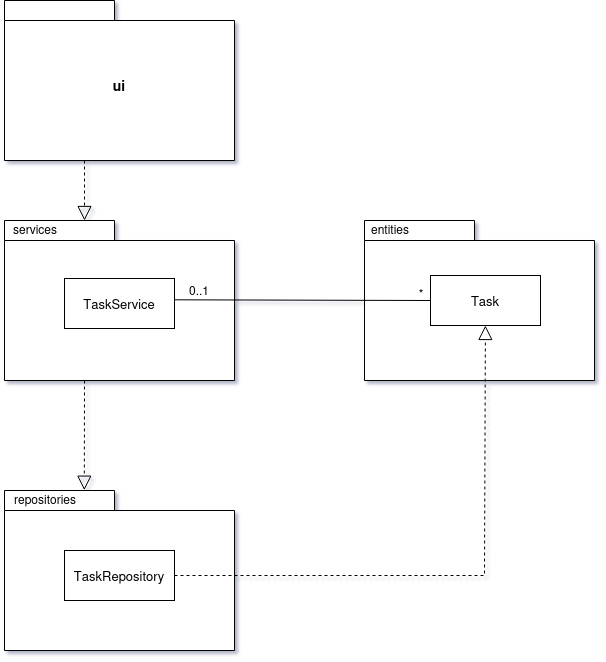
Earlier version of the draw.io export dokumentaatio/kuvat/pakkauskaavio_arkkitehtuuri.png (eesalor/ot-harjoitustyo). Source tidied: cells renumbered, new cells last; positions are measured from the earlier drawing's top-left corner, leaving out a move shared by most shapes.
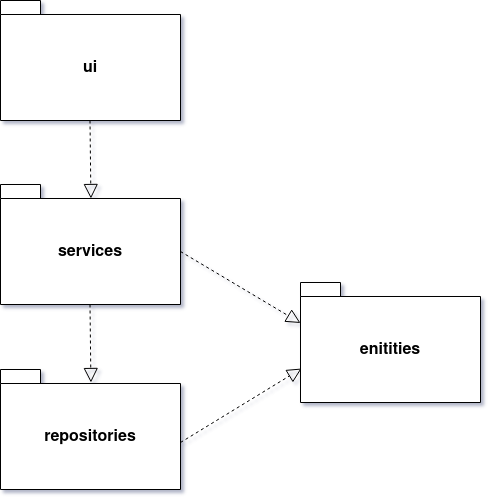
Above is the later version.

Commit message:
Fix package diagrams' names

What changed in the source:
```diff
@@ -2,62 +2,37 @@
   <root>
     <mxCell id="0" />
     <mxCell id="1" parent="0" />
-    <mxCell id="2" value="&lt;font style=&quot;font-size: 14px;&quot;&gt;ui&lt;/font&gt;" style="shape=folder;fontStyle=1;spacingTop=10;tabWidth=110;tabHeight=20;tabPosition=left;html=1;whiteSpace=wrap;fixedWidth=0;" parent="1" vertex="1">
-      <mxGeometry x="4" width="230" height="160" as="geometry" />
+    <mxCell id="2" value="&lt;font style=&quot;font-size: 16px;&quot;&gt;ui&lt;/font&gt;" style="shape=folder;fontStyle=1;spacingTop=10;tabWidth=40;tabHeight=14;tabPosition=left;html=1;whiteSpace=wrap;" parent="1" vertex="1">
+      <mxGeometry x="4" y="40" width="180" height="120" as="geometry" />
     </mxCell>
-    <mxCell id="3" style="shape=folder;fontStyle=1;spacingTop=10;tabWidth=110;tabHeight=20;tabPosition=left;html=1;whiteSpace=wrap;fixedWidth=0;" parent="1" vertex="1">
-      <mxGeometry x="4" y="220" width="230" height="160" as="geometry" />
-    </mxCell>
-    <mxCell id="4" style="shape=folder;fontStyle=1;spacingTop=10;tabWidth=110;tabHeight=20;tabPosition=left;html=1;whiteSpace=wrap;fixedWidth=0;" parent="1" vertex="1">
-      <mxGeometry x="364" y="220" width="230" height="160" as="geometry" />
-    </mxCell>
-    <mxCell id="5" style="shape=folder;fontStyle=1;spacingTop=10;tabWidth=110;tabHeight=20;tabPosition=left;html=1;whiteSpace=wrap;fixedWidth=0;" parent="1" vertex="1">
-      <mxGeometry x="4" y="490" width="230" height="160" as="geometry" />
-    </mxCell>
+    <mxCell id="13" value="&lt;font style=&quot;font-size: 16px;&quot;&gt;services&lt;/font&gt;" style="shape=folder;fontStyle=1;spacingTop=10;tabWidth=40;tabHeight=14;tabPosition=left;html=1;whiteSpace=wrap;" parent="1" vertex="1">
+      <mxGeometry x="4" y="224" width="180" height="120" as="geometry" />
+    </mxCell>
+    <mxCell id="14" value="&lt;font style=&quot;font-size: 16px;&quot;&gt;repositories&lt;/font&gt;" style="shape=folder;fontStyle=1;spacingTop=10;tabWidth=40;tabHeight=14;tabPosition=left;html=1;whiteSpace=wrap;" parent="1" vertex="1">
+      <mxGeometry x="4" y="409" width="180" height="120" as="geometry" />
+    </mxCell>
+    <mxCell id="18" value="&lt;font style=&quot;font-size: 16px;&quot;&gt;enitities&lt;/font&gt;" style="shape=folder;fontStyle=1;spacingTop=10;tabWidth=40;tabHeight=14;tabPosition=left;html=1;whiteSpace=wrap;" parent="1" vertex="1">
+      <mxGeometry x="304" y="322" width="180" height="120" as="geometry" />
+    </mxCell>
-    <mxCell id="6" style="endArrow=block;dashed=1;endFill=0;endSize=12;html=1;rounded=0;" parent="1" edge="1">
+    <mxCell id="6" style="endArrow=block;dashed=1;endFill=0;endSize=12;html=1;rounded=0;entryX=0.394;entryY=0.15;entryDx=0;entryDy=0;entryPerimeter=0;" parent="1" edge="1">
       <mxGeometry relative="1" as="geometry">
-        <mxPoint x="84" y="160" as="sourcePoint" />
-        <mxPoint x="84" y="220" as="targetPoint" />
+        <mxPoint x="93.5" y="160" as="sourcePoint" />
+        <mxPoint x="94.4" y="238" as="targetPoint" />
       </mxGeometry>
     </mxCell>
-    <mxCell id="7" style="endArrow=block;dashed=1;endFill=0;endSize=12;html=1;rounded=0;entryX=0.347;entryY=-0.002;entryDx=0;entryDy=0;entryPerimeter=0;" parent="1" edge="1" target="5">
+    <mxCell id="7" style="endArrow=block;dashed=1;endFill=0;endSize=12;html=1;rounded=0;entryX=0.394;entryY=0.15;entryDx=0;entryDy=0;entryPerimeter=0;" parent="1" edge="1">
       <mxGeometry relative="1" as="geometry">
-        <mxPoint x="84" y="380" as="sourcePoint" />
+        <mxPoint x="93.5" y="344" as="sourcePoint" />
+        <mxPoint x="94.4" y="422" as="targetPoint" />
       </mxGeometry>
     </mxCell>
+    <mxCell id="19" style="endArrow=block;dashed=1;endFill=0;endSize=12;html=1;rounded=0;exitX=0;exitY=0;exitDx=180;exitDy=67;exitPerimeter=0;entryX=0;entryY=0;entryDx=0;entryDy=40.5;entryPerimeter=0;" parent="1" edge="1" source="13" target="18">
+      <mxGeometry relative="1" as="geometry" />
+    </mxCell>
-    <mxCell id="8" style="endArrow=block;dashed=1;endFill=0;endSize=12;html=1;rounded=0;" parent="1" edge="1" source="10" target="11">
+    <mxCell id="8" style="endArrow=block;dashed=1;endFill=0;endSize=12;html=1;rounded=0;entryX=0.006;entryY=0.717;entryDx=0;entryDy=0;entryPerimeter=0;" parent="1" edge="1" target="18">
       <mxGeometry relative="1" as="geometry">
-        <Array as="points">
-          <mxPoint x="484" y="575" />
-        </Array>
+        <mxPoint x="184" y="482" as="sourcePoint" />
       </mxGeometry>
     </mxCell>
-    <mxCell id="9" value="&lt;font style=&quot;font-size: 13px;&quot;&gt;TaskService&lt;/font&gt;" style="html=1;whiteSpace=wrap;" parent="1" vertex="1">
-      <mxGeometry x="64" y="278" width="110" height="50" as="geometry" />
-    </mxCell>
-    <mxCell id="10" value="&lt;font style=&quot;font-size: 13px;&quot;&gt;TaskRepository&lt;/font&gt;" style="html=1;whiteSpace=wrap;" parent="1" vertex="1">
-      <mxGeometry x="64" y="550" width="110" height="50" as="geometry" />
-    </mxCell>
-    <mxCell id="11" value="&lt;font style=&quot;font-size: 13px;&quot;&gt;Task&lt;/font&gt;" style="html=1;whiteSpace=wrap;" parent="1" vertex="1">
-      <mxGeometry x="430" y="275" width="110" height="50" as="geometry" />
-    </mxCell>
-    <mxCell id="12" style="endArrow=none;html=1;rounded=0;exitX=1.001;exitY=0.426;exitDx=0;exitDy=0;exitPerimeter=0;entryX=0;entryY=0.5;entryDx=0;entryDy=0;" parent="1" edge="1" source="9" target="11">
-      <mxGeometry relative="1" as="geometry" />
-    </mxCell>
-    <mxCell id="13" value="services" style="text;html=1;whiteSpace=wrap;strokeColor=none;fillColor=none;align=center;verticalAlign=middle;rounded=0;" parent="1" vertex="1">
-      <mxGeometry y="214" width="70" height="30" as="geometry" />
-    </mxCell>
-    <mxCell id="14" value="repositories" style="text;html=1;whiteSpace=wrap;strokeColor=none;fillColor=none;align=center;verticalAlign=middle;rounded=0;" parent="1" vertex="1">
-      <mxGeometry y="484" width="90" height="30" as="geometry" />
-    </mxCell>
-    <mxCell id="15" value="entities" style="text;html=1;whiteSpace=wrap;strokeColor=none;fillColor=none;align=center;verticalAlign=middle;rounded=0;" parent="1" vertex="1">
-      <mxGeometry x="360" y="214" width="60" height="30" as="geometry" />
-    </mxCell>
-    <mxCell id="16" value="*" style="text;html=1;whiteSpace=wrap;strokeColor=none;fillColor=none;align=center;verticalAlign=middle;rounded=0;" parent="1" vertex="1">
-      <mxGeometry x="406" y="278" width="30" height="30" as="geometry" />
-    </mxCell>
-    <mxCell id="17" value="0..1" style="text;html=1;whiteSpace=wrap;strokeColor=none;fillColor=none;align=center;verticalAlign=middle;rounded=0;" parent="1" vertex="1">
-      <mxGeometry x="179" y="275" width="40" height="30" as="geometry" />
-    </mxCell>
   </root>
 </mxGraphModel>
```
